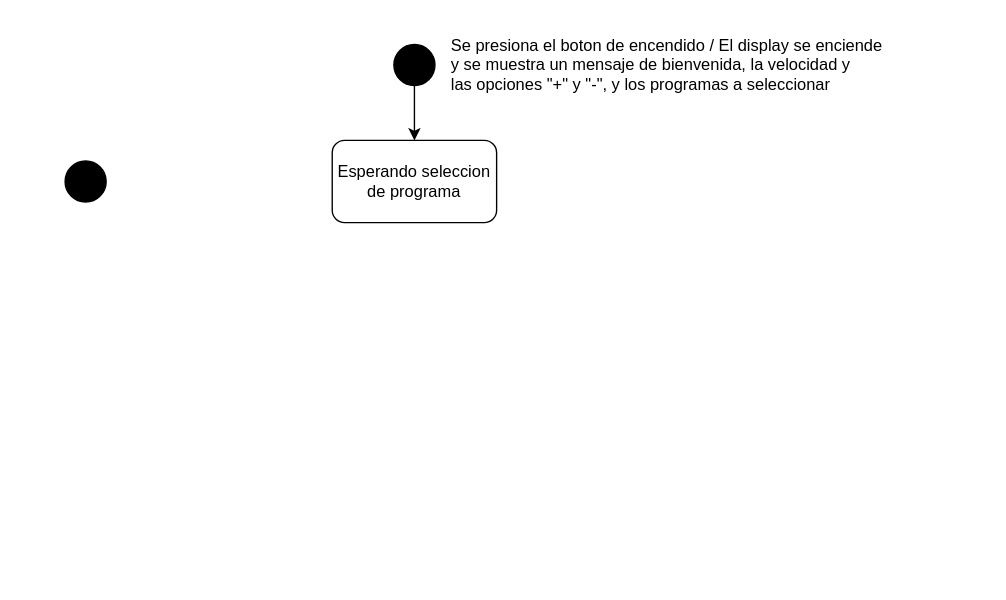
Before: DTE /Ejercicio_10.drawio in imnotsetro/IDS-1, a draw.io diagram. Source tidied: cells renumbered, new cells numbered last; positions are measured from the earlier drawing's top-left corner, leaving out a move shared by most shapes. Both pictures are drawn from the tidied source at 137%, with x=0, y=0 at pixel (64, 23).
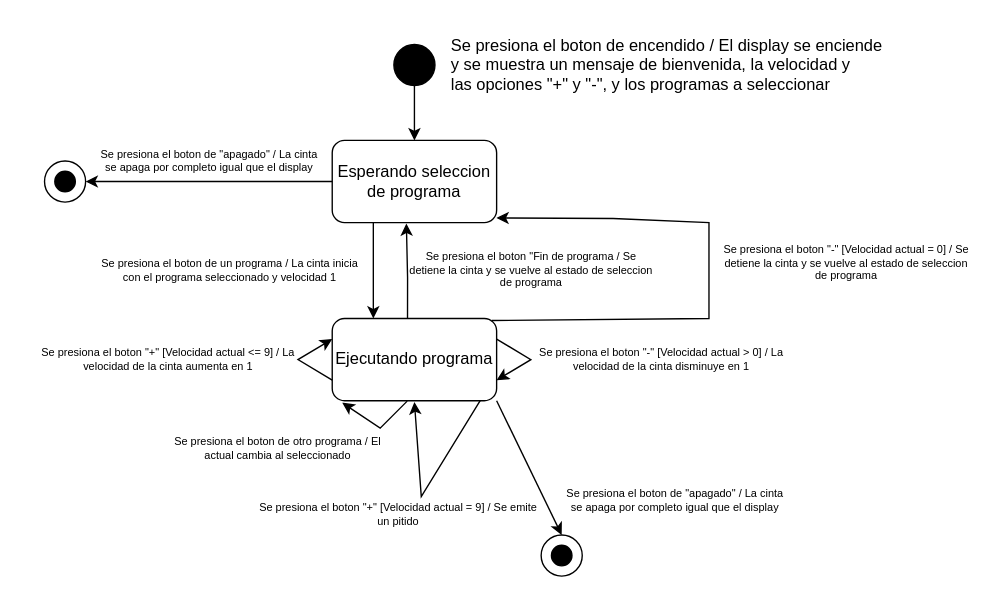
The same diagram, later.

The change refers to these unchanged cells:
```xml
<mxCell id="2" value="Esperando seleccion de programa" style="rounded=1;whiteSpace=wrap;html=1;" parent="1" vertex="1">
  <mxGeometry x="195" y="85" width="120" height="60" as="geometry" />
</mxCell>
```

Diff of the diagram source:
```diff
@@
-    <mxCell id="6" style="ellipse;whiteSpace=wrap;html=1;fillColor=#000000;" parent="1" vertex="1">
-      <mxGeometry y="100" width="30" height="30" as="geometry" />
+    <mxCell id="6" style="ellipse;whiteSpace=wrap;html=1;fillColor=#ffffff;" parent="1" vertex="1">
+      <mxGeometry x="-15" y="100" width="30" height="30" as="geometry" />
     </mxCell>
+    <mxCell id="7" style="ellipse;whiteSpace=wrap;html=1;fillColor=#000000;" parent="1" vertex="1">
+      <mxGeometry x="-7.5" y="107.5" width="15" height="15" as="geometry" />
+    </mxCell>
+    <mxCell id="8" style="edgeStyle=orthogonalEdgeStyle;rounded=0;jettySize=auto;html=1;exitX=0;exitY=0.5;exitDx=0;exitDy=0;entryX=1;entryY=0.5;entryDx=0;entryDy=0;" parent="1" edge="1" source="2" target="6">
+      <mxGeometry relative="1" as="geometry" />
+    </mxCell>
+    <mxCell id="9" value="Se presiona el boton de &quot;apagado&quot; / La cinta&lt;div style=&quot;font-size: 8px;&quot;&gt;se apaga por completo igual que el display&lt;/div&gt;" style="text;html=1;align=center;verticalAlign=middle;strokeColor=none;fillColor=none;fontSize=8;" parent="1" vertex="1">
+      <mxGeometry x="15" y="85" width="180" height="30" as="geometry" />
+    </mxCell>
+    <mxCell id="10" value="Ejecutando programa" style="rounded=1;whiteSpace=wrap;html=1;" parent="1" vertex="1">
+      <mxGeometry x="195" y="215" width="120" height="60" as="geometry" />
+    </mxCell>
+    <mxCell id="11" style="endArrow=classic;html=1;rounded=0;exitX=0;exitY=0.75;exitDx=0;exitDy=0;entryX=0;entryY=0.25;entryDx=0;entryDy=0;" parent="1" edge="1" source="10" target="10">
+      <mxGeometry relative="1" as="geometry">
+        <Array as="points">
+          <mxPoint x="170" y="245" />
+        </Array>
+      </mxGeometry>
+    </mxCell>
+    <mxCell id="12" value="Se presiona el boton &quot;+&quot; [Velocidad actual &amp;lt;= 9]&amp;nbsp;&lt;span style=&quot;background-color: initial;&quot;&gt;/ La&lt;/span&gt;&lt;div&gt;&lt;div&gt;velocidad de la cinta aumenta en 1&lt;/div&gt;&lt;/div&gt;" style="text;html=1;align=center;verticalAlign=middle;strokeColor=none;fillColor=none;fontSize=8;" parent="1" vertex="1">
+      <mxGeometry x="-30" y="230" width="210" height="30" as="geometry" />
+    </mxCell>
+    <mxCell id="13" value="Se presiona el boton &quot;-&quot; [Velocidad actual &amp;gt; 0]&amp;nbsp;&lt;span style=&quot;background-color: initial;&quot;&gt;/ La&lt;/span&gt;&lt;div&gt;&lt;div&gt;velocidad de la cinta disminuye en 1&lt;/div&gt;&lt;/div&gt;" style="text;html=1;align=center;verticalAlign=middle;strokeColor=none;fillColor=none;fontSize=8;" parent="1" vertex="1">
+      <mxGeometry x="335" y="230" width="200" height="30" as="geometry" />
+    </mxCell>
+    <mxCell id="14" style="endArrow=classic;html=1;rounded=0;exitX=1;exitY=0.25;exitDx=0;exitDy=0;entryX=1;entryY=0.75;entryDx=0;entryDy=0;" parent="1" edge="1" source="10" target="10">
+      <mxGeometry relative="1" as="geometry">
+        <Array as="points">
+          <mxPoint x="340" y="245" />
+        </Array>
+      </mxGeometry>
+    </mxCell>
+    <mxCell id="15" style="endArrow=classic;html=1;rounded=0;exitX=0.456;exitY=1.005;exitDx=0;exitDy=0;entryX=0.061;entryY=1.024;entryDx=0;entryDy=0;entryPerimeter=0;exitPerimeter=0;" parent="1" edge="1" source="10" target="10">
+      <mxGeometry relative="1" as="geometry">
+        <Array as="points">
+          <mxPoint x="230" y="295" />
+        </Array>
+      </mxGeometry>
+    </mxCell>
+    <mxCell id="16" value="Se presiona el boton de otro programa&amp;nbsp;&lt;span style=&quot;background-color: initial;&quot;&gt;/ El&lt;/span&gt;&lt;div&gt;&lt;div&gt;actual cambia al seleccionado&lt;/div&gt;&lt;/div&gt;" style="text;html=1;align=center;verticalAlign=middle;strokeColor=none;fillColor=none;fontSize=8;" parent="1" vertex="1">
+      <mxGeometry x="70" y="295" width="170" height="30" as="geometry" />
+    </mxCell>
+    <mxCell id="17" style="ellipse;whiteSpace=wrap;html=1;fillColor=#ffffff;" parent="1" vertex="1">
+      <mxGeometry x="347.5" y="373" width="30" height="30" as="geometry" />
+    </mxCell>
+    <mxCell id="18" style="ellipse;whiteSpace=wrap;html=1;fillColor=#000000;" parent="1" vertex="1">
+      <mxGeometry x="355" y="380.5" width="15" height="15" as="geometry" />
+    </mxCell>
+    <mxCell id="19" style="endArrow=classic;html=1;rounded=0;exitX=1;exitY=1;exitDx=0;exitDy=0;entryX=0.5;entryY=0;entryDx=0;entryDy=0;" parent="1" edge="1" source="10" target="17">
+      <mxGeometry relative="1" as="geometry" />
+    </mxCell>
+    <mxCell id="20" value="Se presiona el boton de &quot;apagado&quot; / La cinta&lt;div style=&quot;font-size: 8px;&quot;&gt;se apaga por completo igual que el display&lt;/div&gt;" style="text;html=1;align=center;verticalAlign=middle;strokeColor=none;fillColor=none;fontSize=8;" parent="1" vertex="1">
+      <mxGeometry x="355" y="333" width="180" height="30" as="geometry" />
+    </mxCell>
+    <mxCell id="21" style="endArrow=classic;html=1;rounded=0;exitX=0.97;exitY=0.024;exitDx=0;exitDy=0;exitPerimeter=0;entryX=0.999;entryY=0.943;entryDx=0;entryDy=0;entryPerimeter=0;" parent="1" edge="1" source="10" target="2">
+      <mxGeometry relative="1" as="geometry">
+        <Array as="points">
+          <mxPoint x="470" y="215" />
+          <mxPoint x="470" y="145" />
+          <mxPoint x="400" y="142" />
+        </Array>
+      </mxGeometry>
+    </mxCell>
+    <mxCell id="22" value="Se presiona el boton &quot;-&quot; [Velocidad actual = 0]&amp;nbsp;&lt;span style=&quot;background-color: initial;&quot;&gt;/ Se&lt;/span&gt;&lt;div&gt;&lt;span style=&quot;background-color: initial;&quot;&gt;detiene la cinta y se vuelve al estado de seleccion&lt;/span&gt;&lt;/div&gt;&lt;div&gt;&lt;span style=&quot;background-color: initial;&quot;&gt;de programa&lt;/span&gt;&lt;/div&gt;" style="text;html=1;align=center;verticalAlign=middle;strokeColor=none;fillColor=none;fontSize=8;" parent="1" vertex="1">
+      <mxGeometry x="470" y="155" width="200" height="40" as="geometry" />
+    </mxCell>
+    <mxCell id="23" style="endArrow=classic;html=1;rounded=0;exitX=0.25;exitY=1;exitDx=0;exitDy=0;entryX=0.25;entryY=0;entryDx=0;entryDy=0;" parent="1" edge="1" source="2" target="10">
+      <mxGeometry relative="1" as="geometry" />
+    </mxCell>
+    <mxCell id="24" value="Se presiona el boton de un programa&amp;nbsp;&lt;span style=&quot;background-color: initial;&quot;&gt;/ La cinta inicia&lt;br&gt;&lt;/span&gt;&lt;div&gt;&lt;span style=&quot;background-color: initial;&quot;&gt;con el programa seleccionado y velocidad 1&lt;/span&gt;&lt;/div&gt;" style="text;html=1;align=center;verticalAlign=middle;strokeColor=none;fillColor=none;fontSize=8;" parent="1" vertex="1">
+      <mxGeometry x="15" y="165" width="210" height="30" as="geometry" />
+    </mxCell>
+    <mxCell id="25" style="endArrow=classic;html=1;rounded=0;exitX=0.458;exitY=0;exitDx=0;exitDy=0;exitPerimeter=0;entryX=0.451;entryY=1.01;entryDx=0;entryDy=0;entryPerimeter=0;" parent="1" edge="1" source="10" target="2">
+      <mxGeometry relative="1" as="geometry">
+        <Array as="points">
+          <mxPoint x="250" y="185" />
+        </Array>
+      </mxGeometry>
+    </mxCell>
+    <mxCell id="26" value="Se presiona el boton &quot;Fin de programa&amp;nbsp;&lt;span style=&quot;background-color: initial; font-size: 8px;&quot;&gt;/ Se&lt;/span&gt;&lt;div style=&quot;font-size: 8px;&quot;&gt;&lt;span style=&quot;background-color: initial; font-size: 8px;&quot;&gt;detiene la cinta y se vuelve al estado de seleccion&lt;/span&gt;&lt;/div&gt;&lt;div style=&quot;font-size: 8px;&quot;&gt;&lt;span style=&quot;background-color: initial; font-size: 8px;&quot;&gt;de programa&lt;/span&gt;&lt;/div&gt;" style="text;html=1;align=center;verticalAlign=middle;strokeColor=none;fillColor=none;fontSize=8;" parent="1" vertex="1">
+      <mxGeometry x="240" y="160" width="200" height="40" as="geometry" />
+    </mxCell>
+    <mxCell id="27" style="endArrow=classic;html=1;rounded=0;exitX=0.456;exitY=1.005;exitDx=0;exitDy=0;entryX=0.061;entryY=1.024;entryDx=0;entryDy=0;entryPerimeter=0;exitPerimeter=0;" parent="1" edge="1">
+      <mxGeometry relative="1" as="geometry">
+        <mxPoint x="303" y="275" as="sourcePoint" />
+        <mxPoint x="255" y="276" as="targetPoint" />
+        <Array as="points">
+          <mxPoint x="260" y="345" />
+        </Array>
+      </mxGeometry>
+    </mxCell>
+    <mxCell id="28" value="Se presiona el boton &quot;+&quot; [Velocidad actual = 9]&amp;nbsp;&lt;span style=&quot;background-color: initial;&quot;&gt;/ Se emite&lt;/span&gt;&lt;div&gt;&lt;span style=&quot;background-color: initial;&quot;&gt;un pitido&lt;/span&gt;&lt;/div&gt;" style="text;html=1;align=center;verticalAlign=middle;strokeColor=none;fillColor=none;fontSize=8;" parent="1" vertex="1">
+      <mxGeometry x="127.5" y="343" width="230" height="30" as="geometry" />
+    </mxCell>
```
